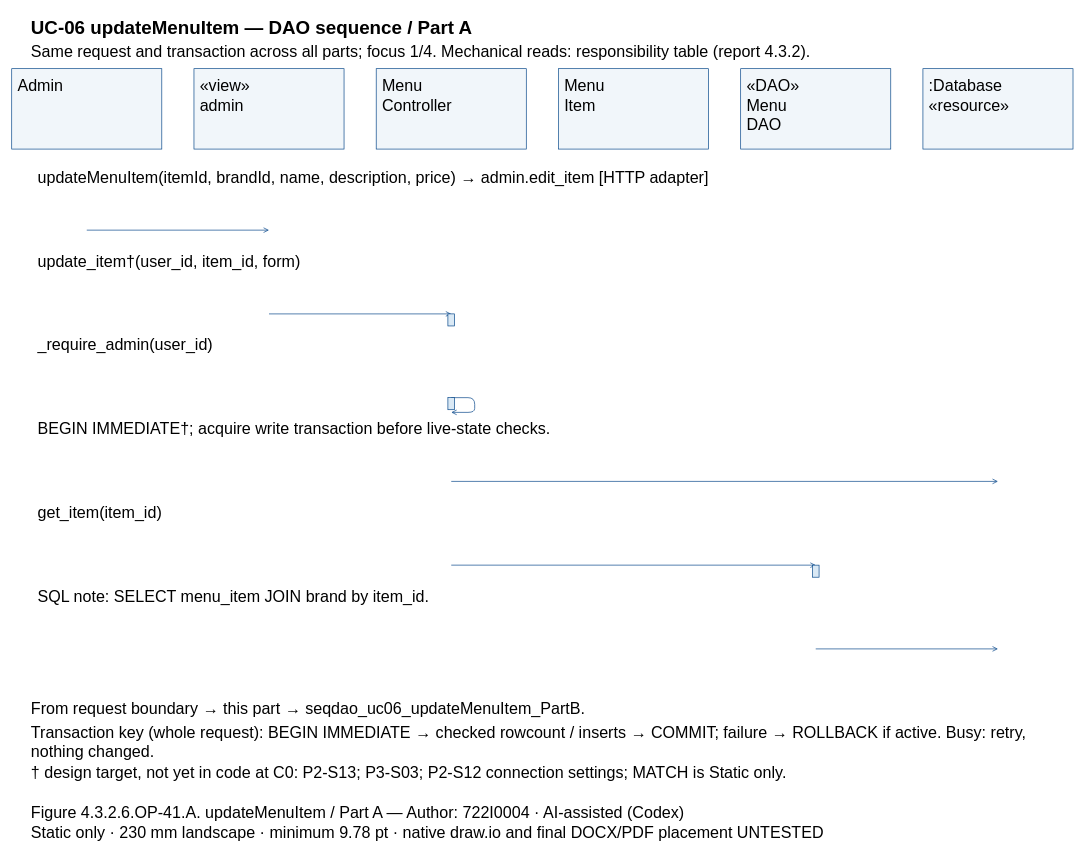
The draw.io diagram models/UC-06/seqdao_uc06_updateMenuItem_PartA.drawio in Dat071104/SaigonBite, before the edit. Source tidied: cells renumbered, new cells numbered last; positions are measured from the earlier drawing's top-left corner, leaving out a move shared by most shapes. Both pictures are drawn from the tidied source at 67%, with x=0, y=0 at pixel (11, 11).
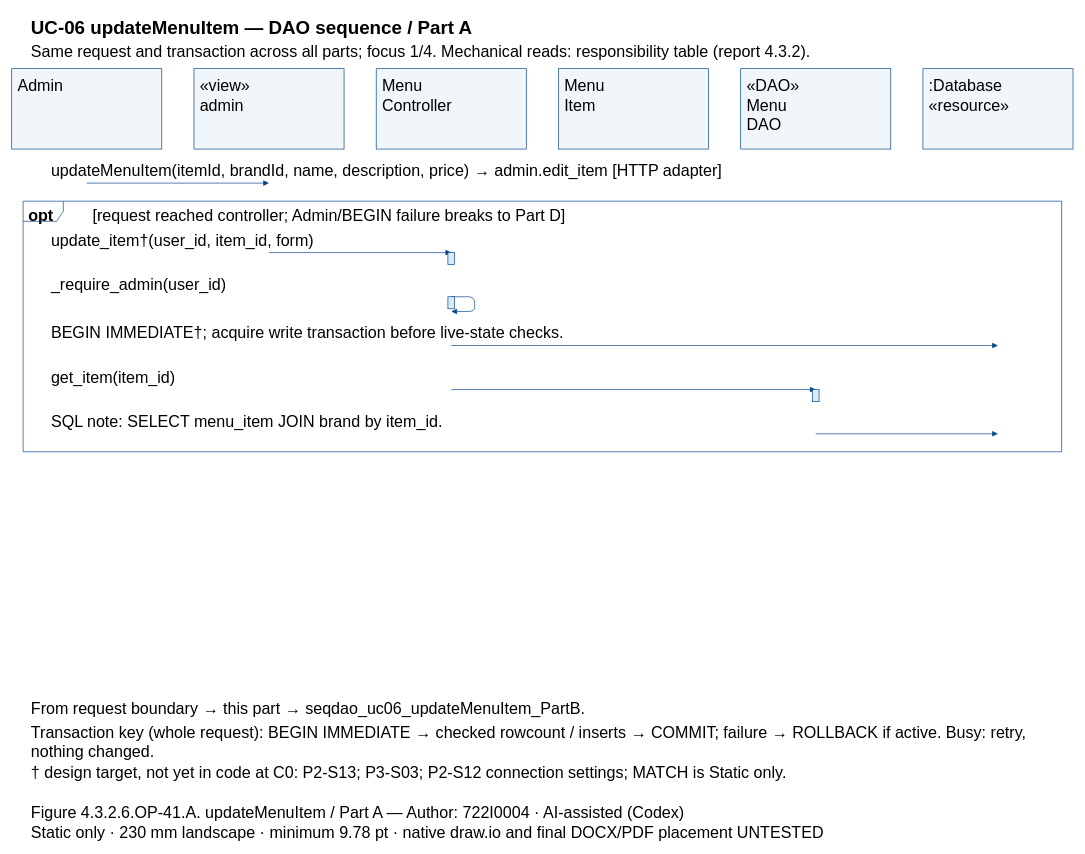
After the change.

Diff of the diagram source:
```diff
@@
+    <mxCell id="48" style="shape=umlFrame;fillColor=none;strokeColor=#004387;" parent="1" vertex="1">
+      <mxGeometry x="17" y="282.8" width="1550" height="374" as="geometry" />
+    </mxCell>
@@
-    <mxCell id="15" value=":Database&#10;«resource»" style="text;html=0;whiteSpace=wrap;align=left;verticalAlign=top;strokeColor=none;fillColor=none;fontFamily=Arial;fontSize=24;fontStyle=0;" parent="1" vertex="1">
-      <mxGeometry x="1367" y="90" width="210" height="55.7" as="geometry" />
-    </mxCell>
-    <mxCell id="16" value="updateMenuItem(itemId, brandId, name, description, price) → admin.edit_item [HTTP adapter]" style="text;html=0;whiteSpace=wrap;align=left;verticalAlign=top;strokeColor=none;fillColor=none;fontFamily=Arial;fontSize=24;fontStyle=0;" parent="1" vertex="1">
-      <mxGeometry x="37" y="227" width="1510" height="27.8" as="geometry" />
+    <mxCell id="16" value=":Database&#10;«resource»" style="text;html=0;whiteSpace=wrap;align=left;verticalAlign=top;strokeColor=none;fillColor=none;fontFamily=Arial;fontSize=24;fontStyle=0;" parent="1" vertex="1">
+      <mxGeometry x="1367" y="90" width="210" height="55.7" as="geometry" />
     </mxCell>
+    <mxCell id="49" value="opt" style="text;html=0;whiteSpace=wrap;align=left;verticalAlign=top;strokeColor=none;fillColor=none;fontFamily=Arial;fontSize=24;fontStyle=1;" parent="1" vertex="1">
+      <mxGeometry x="23" y="283.8" width="84" height="27.8" as="geometry" />
+    </mxCell>
+    <mxCell id="50" value="[request reached controller; Admin/BEGIN failure breaks to Part D]" style="text;html=0;whiteSpace=wrap;align=left;verticalAlign=top;strokeColor=none;fillColor=none;fontFamily=Arial;fontSize=24;fontStyle=0;" parent="1" vertex="1">
+      <mxGeometry x="119" y="283.8" width="1438" height="27.8" as="geometry" />
+    </mxCell>
+    <mxCell id="51" value="updateMenuItem(itemId, brandId, name, description, price) → admin.edit_item [HTTP adapter]" style="text;html=0;whiteSpace=wrap;align=left;verticalAlign=top;strokeColor=none;fillColor=none;fontFamily=Arial;fontSize=24;fontStyle=0;" parent="1" vertex="1">
+      <mxGeometry x="57" y="217" width="1470" height="27.8" as="geometry" />
+    </mxCell>
     <mxCell id="17" style="opacity=0;" parent="1" vertex="1">
-      <mxGeometry x="112" y="326" as="geometry" />
+      <mxGeometry x="112" y="255.8" as="geometry" />
     </mxCell>
     <mxCell id="18" style="opacity=0;" parent="1" vertex="1">
-      <mxGeometry x="384" y="326" as="geometry" />
+      <mxGeometry x="384" y="255.8" as="geometry" />
     </mxCell>
-    <mxCell id="19" style="edgeStyle=none;endArrow=open;strokeColor=#004387;exitX=0.5;entryX=0.5;exitPerimeter=0;entryPerimeter=0;" parent="1" edge="1" source="17" target="18">
+    <mxCell id="19" style="edgeStyle=none;endArrow=block;endFill=1;strokeColor=#004387;exitX=0.5;entryX=0.5;exitPerimeter=0;entryPerimeter=0;" parent="1" edge="1" source="17" target="18">
       <mxGeometry relative="1" as="geometry" />
     </mxCell>
-    <mxCell id="20" value="update_item†(user_id, item_id, form)" style="text;html=0;whiteSpace=wrap;align=left;verticalAlign=top;strokeColor=none;fillColor=none;fontFamily=Arial;fontSize=24;fontStyle=0;" parent="1" vertex="1">
-      <mxGeometry x="37" y="352" width="1510" height="27.8" as="geometry" />
-    </mxCell>
+    <mxCell id="25" value="update_item†(user_id, item_id, form)" style="text;html=0;whiteSpace=wrap;align=left;verticalAlign=top;strokeColor=none;fillColor=none;fontFamily=Arial;fontSize=24;fontStyle=0;" parent="1" vertex="1">
+      <mxGeometry x="57" y="320.7" width="1470" height="27.8" as="geometry" />
+    </mxCell>
     <mxCell id="21" style="opacity=0;" parent="1" vertex="1">
-      <mxGeometry x="384" y="451" as="geometry" />
+      <mxGeometry x="384" y="359.5" as="geometry" />
     </mxCell>
     <mxCell id="22" style="opacity=0;" parent="1" vertex="1">
-      <mxGeometry x="656" y="451" as="geometry" />
+      <mxGeometry x="656" y="359.5" as="geometry" />
     </mxCell>
-    <mxCell id="23" style="edgeStyle=none;endArrow=open;strokeColor=#004387;exitX=0.5;entryX=0.5;exitPerimeter=0;entryPerimeter=0;" parent="1" edge="1" source="21" target="22">
+    <mxCell id="23" style="edgeStyle=none;endArrow=block;endFill=1;strokeColor=#004387;exitX=0.5;entryX=0.5;exitPerimeter=0;entryPerimeter=0;" parent="1" edge="1" source="21" target="22">
       <mxGeometry relative="1" as="geometry" />
     </mxCell>
-    <mxCell id="24" style="fillColor=#DAE9F5;strokeColor=#004387;" parent="1" vertex="1">
-      <mxGeometry x="651" y="451" width="10" height="18" as="geometry" />
-    </mxCell>
-    <mxCell id="25" value="_require_admin(user_id)" style="text;html=0;whiteSpace=wrap;align=left;verticalAlign=top;strokeColor=none;fillColor=none;fontFamily=Arial;fontSize=24;fontStyle=0;" parent="1" vertex="1">
-      <mxGeometry x="37" y="477" width="1510" height="27.8" as="geometry" />
-    </mxCell>
+    <mxCell id="29" style="fillColor=#DAE9F5;strokeColor=#004387;" parent="1" vertex="1">
+      <mxGeometry x="651" y="359.5" width="10" height="18" as="geometry" />
+    </mxCell>
+    <mxCell id="30" value="_require_admin(user_id)" style="text;html=0;whiteSpace=wrap;align=left;verticalAlign=top;strokeColor=none;fillColor=none;fontFamily=Arial;fontSize=24;fontStyle=0;" parent="1" vertex="1">
+      <mxGeometry x="57" y="386.5" width="1470" height="27.8" as="geometry" />
+    </mxCell>
     <mxCell id="26" style="opacity=0;" parent="1" vertex="1">
-      <mxGeometry x="656" y="576" as="geometry" />
+      <mxGeometry x="656" y="425.4" as="geometry" />
     </mxCell>
     <mxCell id="27" style="opacity=0;" parent="1" vertex="1">
-      <mxGeometry x="656" y="598" as="geometry" />
+      <mxGeometry x="656" y="447.4" as="geometry" />
     </mxCell>
-    <mxCell id="28" style="edgeStyle=none;endArrow=open;strokeColor=#004387;exitX=0.5;entryX=0.5;exitPerimeter=0;entryPerimeter=0;" parent="1" edge="1" source="26" target="27">
+    <mxCell id="28" style="edgeStyle=none;endArrow=block;endFill=1;strokeColor=#004387;exitX=0.5;entryX=0.5;exitPerimeter=0;entryPerimeter=0;" parent="1" edge="1" source="26" target="27">
       <mxGeometry relative="1" as="geometry">
         <Array as="points">
-          <mxPoint x="691" y="576" />
-          <mxPoint x="691" y="598" />
+          <mxPoint x="691" y="425.4" />
+          <mxPoint x="691" y="447.4" />
         </Array>
       </mxGeometry>
     </mxCell>
-    <mxCell id="29" style="fillColor=#DAE9F5;strokeColor=#004387;" parent="1" vertex="1">
-      <mxGeometry x="651" y="576" width="10" height="18" as="geometry" />
-    </mxCell>
-    <mxCell id="30" value="BEGIN IMMEDIATE†; acquire write transaction before live-state checks." style="text;html=0;whiteSpace=wrap;align=left;verticalAlign=top;strokeColor=none;fillColor=none;fontFamily=Arial;fontSize=24;fontStyle=0;" parent="1" vertex="1">
-      <mxGeometry x="37" y="602" width="1510" height="27.8" as="geometry" />
-    </mxCell>
+    <mxCell id="52" style="fillColor=#DAE9F5;strokeColor=#004387;" parent="1" vertex="1">
+      <mxGeometry x="651" y="425.4" width="10" height="18" as="geometry" />
+    </mxCell>
+    <mxCell id="53" value="BEGIN IMMEDIATE†; acquire write transaction before live-state checks." style="text;html=0;whiteSpace=wrap;align=left;verticalAlign=top;strokeColor=none;fillColor=none;fontFamily=Arial;fontSize=24;fontStyle=0;" parent="1" vertex="1">
+      <mxGeometry x="57" y="459.4" width="1470" height="27.8" as="geometry" />
+    </mxCell>
     <mxCell id="31" style="opacity=0;" parent="1" vertex="1">
-      <mxGeometry x="656" y="701" as="geometry" />
+      <mxGeometry x="656" y="498.2" as="geometry" />
     </mxCell>
     <mxCell id="32" style="opacity=0;" parent="1" vertex="1">
-      <mxGeometry x="1472" y="701" as="geometry" />
+      <mxGeometry x="1472" y="498.2" as="geometry" />
     </mxCell>
-    <mxCell id="33" style="edgeStyle=none;endArrow=open;strokeColor=#004387;exitX=0.5;entryX=0.5;exitPerimeter=0;entryPerimeter=0;" parent="1" edge="1" source="31" target="32">
+    <mxCell id="33" style="edgeStyle=none;endArrow=block;endFill=1;strokeColor=#004387;exitX=0.5;entryX=0.5;exitPerimeter=0;entryPerimeter=0;" parent="1" edge="1" source="31" target="32">
       <mxGeometry relative="1" as="geometry" />
     </mxCell>
-    <mxCell id="34" value="get_item(item_id)" style="text;html=0;whiteSpace=wrap;align=left;verticalAlign=top;strokeColor=none;fillColor=none;fontFamily=Arial;fontSize=24;fontStyle=0;" parent="1" vertex="1">
-      <mxGeometry x="37" y="727" width="1510" height="27.8" as="geometry" />
-    </mxCell>
+    <mxCell id="39" value="get_item(item_id)" style="text;html=0;whiteSpace=wrap;align=left;verticalAlign=top;strokeColor=none;fillColor=none;fontFamily=Arial;fontSize=24;fontStyle=0;" parent="1" vertex="1">
+      <mxGeometry x="57" y="525.2" width="1470" height="27.8" as="geometry" />
+    </mxCell>
     <mxCell id="35" style="opacity=0;" parent="1" vertex="1">
-      <mxGeometry x="656" y="826" as="geometry" />
+      <mxGeometry x="656" y="564" as="geometry" />
     </mxCell>
     <mxCell id="36" style="opacity=0;" parent="1" vertex="1">
-      <mxGeometry x="1200" y="826" as="geometry" />
+      <mxGeometry x="1200" y="564" as="geometry" />
     </mxCell>
-    <mxCell id="37" style="edgeStyle=none;endArrow=open;strokeColor=#004387;exitX=0.5;entryX=0.5;exitPerimeter=0;entryPerimeter=0;" parent="1" edge="1" source="35" target="36">
+    <mxCell id="37" style="edgeStyle=none;endArrow=block;endFill=1;strokeColor=#004387;exitX=0.5;entryX=0.5;exitPerimeter=0;entryPerimeter=0;" parent="1" edge="1" source="35" target="36">
       <mxGeometry relative="1" as="geometry" />
     </mxCell>
-    <mxCell id="38" style="fillColor=#DAE9F5;strokeColor=#004387;" parent="1" vertex="1">
-      <mxGeometry x="1195" y="826" width="10" height="18" as="geometry" />
-    </mxCell>
-    <mxCell id="39" value="SQL note: SELECT menu_item JOIN brand by item_id." style="text;html=0;whiteSpace=wrap;align=left;verticalAlign=top;strokeColor=none;fillColor=none;fontFamily=Arial;fontSize=24;fontStyle=0;" parent="1" vertex="1">
-      <mxGeometry x="37" y="852" width="1510" height="27.8" as="geometry" />
-    </mxCell>
+    <mxCell id="54" style="fillColor=#DAE9F5;strokeColor=#004387;" parent="1" vertex="1">
+      <mxGeometry x="1195" y="564" width="10" height="18" as="geometry" />
+    </mxCell>
+    <mxCell id="44" value="SQL note: SELECT menu_item JOIN brand by item_id." style="text;html=0;whiteSpace=wrap;align=left;verticalAlign=top;strokeColor=none;fillColor=none;fontFamily=Arial;fontSize=24;fontStyle=0;" parent="1" vertex="1">
+      <mxGeometry x="57" y="591" width="1470" height="27.8" as="geometry" />
+    </mxCell>
     <mxCell id="40" style="opacity=0;" parent="1" vertex="1">
-      <mxGeometry x="1200" y="951" as="geometry" />
+      <mxGeometry x="1200" y="629.9" as="geometry" />
     </mxCell>
     <mxCell id="41" style="opacity=0;" parent="1" vertex="1">
-      <mxGeometry x="1472" y="951" as="geometry" />
+      <mxGeometry x="1472" y="629.9" as="geometry" />
     </mxCell>
-    <mxCell id="42" style="edgeStyle=none;endArrow=open;strokeColor=#004387;exitX=0.5;entryX=0.5;exitPerimeter=0;entryPerimeter=0;" parent="1" edge="1" source="40" target="41">
+    <mxCell id="42" style="edgeStyle=none;endArrow=block;endFill=1;strokeColor=#004387;exitX=0.5;entryX=0.5;exitPerimeter=0;entryPerimeter=0;" parent="1" edge="1" source="40" target="41">
       <mxGeometry relative="1" as="geometry" />
     </mxCell>
-    <mxCell id="43" value="From request boundary → this part → seqdao_uc06_updateMenuItem_PartB." style="text;html=0;whiteSpace=wrap;align=left;verticalAlign=top;strokeColor=none;fillColor=none;fontFamily=Arial;fontSize=24;fontStyle=0;" parent="1" vertex="1">
-      <mxGeometry x="27" y="1020" width="1530" height="27.8" as="geometry" />
-    </mxCell>
-    <mxCell id="44" value="Transaction key (whole request): BEGIN IMMEDIATE → checked rowcount / inserts → COMMIT; failure → ROLLBACK if active. Busy: retry,&#10;nothing changed." style="text;html=0;whiteSpace=wrap;align=left;verticalAlign=top;strokeColor=none;fillColor=none;fontFamily=Arial;fontSize=24;fontStyle=0;" parent="1" vertex="1">
-      <mxGeometry x="27" y="1055" width="1530" height="55.7" as="geometry" />
-    </mxCell>
-    <mxCell id="45" value="† design target, not yet in code at C0: P2-S13; P3-S03; P2-S12 connection settings; MATCH is Static only." style="text;html=0;whiteSpace=wrap;align=left;verticalAlign=top;strokeColor=none;fillColor=none;fontFamily=Arial;fontSize=24;fontStyle=0;" parent="1" vertex="1">
-      <mxGeometry x="27" y="1115" width="1530" height="27.8" as="geometry" />
-    </mxCell>
-    <mxCell id="46" value="Figure 4.3.2.6.OP-41.A. updateMenuItem / Part A — Author: 722I0004 · AI-assisted (Codex)" style="text;html=0;whiteSpace=wrap;align=left;verticalAlign=top;strokeColor=none;fillColor=none;fontFamily=Arial;fontSize=24;fontStyle=0;" parent="1" vertex="1">
-      <mxGeometry x="27" y="1175" width="1530" height="27.8" as="geometry" />
+    <mxCell id="46" value="From request boundary → this part → seqdao_uc06_updateMenuItem_PartB." style="text;html=0;whiteSpace=wrap;align=left;verticalAlign=top;strokeColor=none;fillColor=none;fontFamily=Arial;fontSize=24;fontStyle=0;" parent="1" vertex="1">
+      <mxGeometry x="27" y="1020" width="1530" height="27.8" as="geometry" />
     </mxCell>
-    <mxCell id="47" value="Static only · 230 mm landscape · minimum 9.78 pt · native draw.io and final DOCX/PDF placement UNTESTED" style="text;html=0;whiteSpace=wrap;align=left;verticalAlign=top;strokeColor=none;fillColor=none;fontFamily=Arial;fontSize=24;fontStyle=0;" parent="1" vertex="1">
-      <mxGeometry x="27" y="1205" width="1530" height="27.8" as="geometry" />
+    <mxCell id="47" value="Transaction key (whole request): BEGIN IMMEDIATE → checked rowcount / inserts → COMMIT; failure → ROLLBACK if active. Busy: retry,&#10;nothing changed." style="text;html=0;whiteSpace=wrap;align=left;verticalAlign=top;strokeColor=none;fillColor=none;fontFamily=Arial;fontSize=24;fontStyle=0;" parent="1" vertex="1">
+      <mxGeometry x="27" y="1055" width="1530" height="55.7" as="geometry" />
     </mxCell>
+    <mxCell id="45" value="† design target, not yet in code at C0: P2-S13; P3-S03; P2-S12 connection settings; MATCH is Static only." style="text;html=0;whiteSpace=wrap;align=left;verticalAlign=top;strokeColor=none;fillColor=none;fontFamily=Arial;fontSize=24;fontStyle=0;" parent="1" vertex="1">
+      <mxGeometry x="27" y="1115" width="1530" height="27.8" as="geometry" />
+    </mxCell>
+    <mxCell id="55" value="Figure 4.3.2.6.OP-41.A. updateMenuItem / Part A — Author: 722I0004 · AI-assisted (Codex)" style="text;html=0;whiteSpace=wrap;align=left;verticalAlign=top;strokeColor=none;fillColor=none;fontFamily=Arial;fontSize=24;fontStyle=0;" parent="1" vertex="1">
+      <mxGeometry x="27" y="1175" width="1530" height="27.8" as="geometry" />
+    </mxCell>
+    <mxCell id="56" value="Static only · 230 mm landscape · minimum 9.78 pt · native draw.io and final DOCX/PDF placement UNTESTED" style="text;html=0;whiteSpace=wrap;align=left;verticalAlign=top;strokeColor=none;fillColor=none;fontFamily=Arial;fontSize=24;fontStyle=0;" parent="1" vertex="1">
+      <mxGeometry x="27" y="1205" width="1530" height="27.8" as="geometry" />
+    </mxCell>
```
